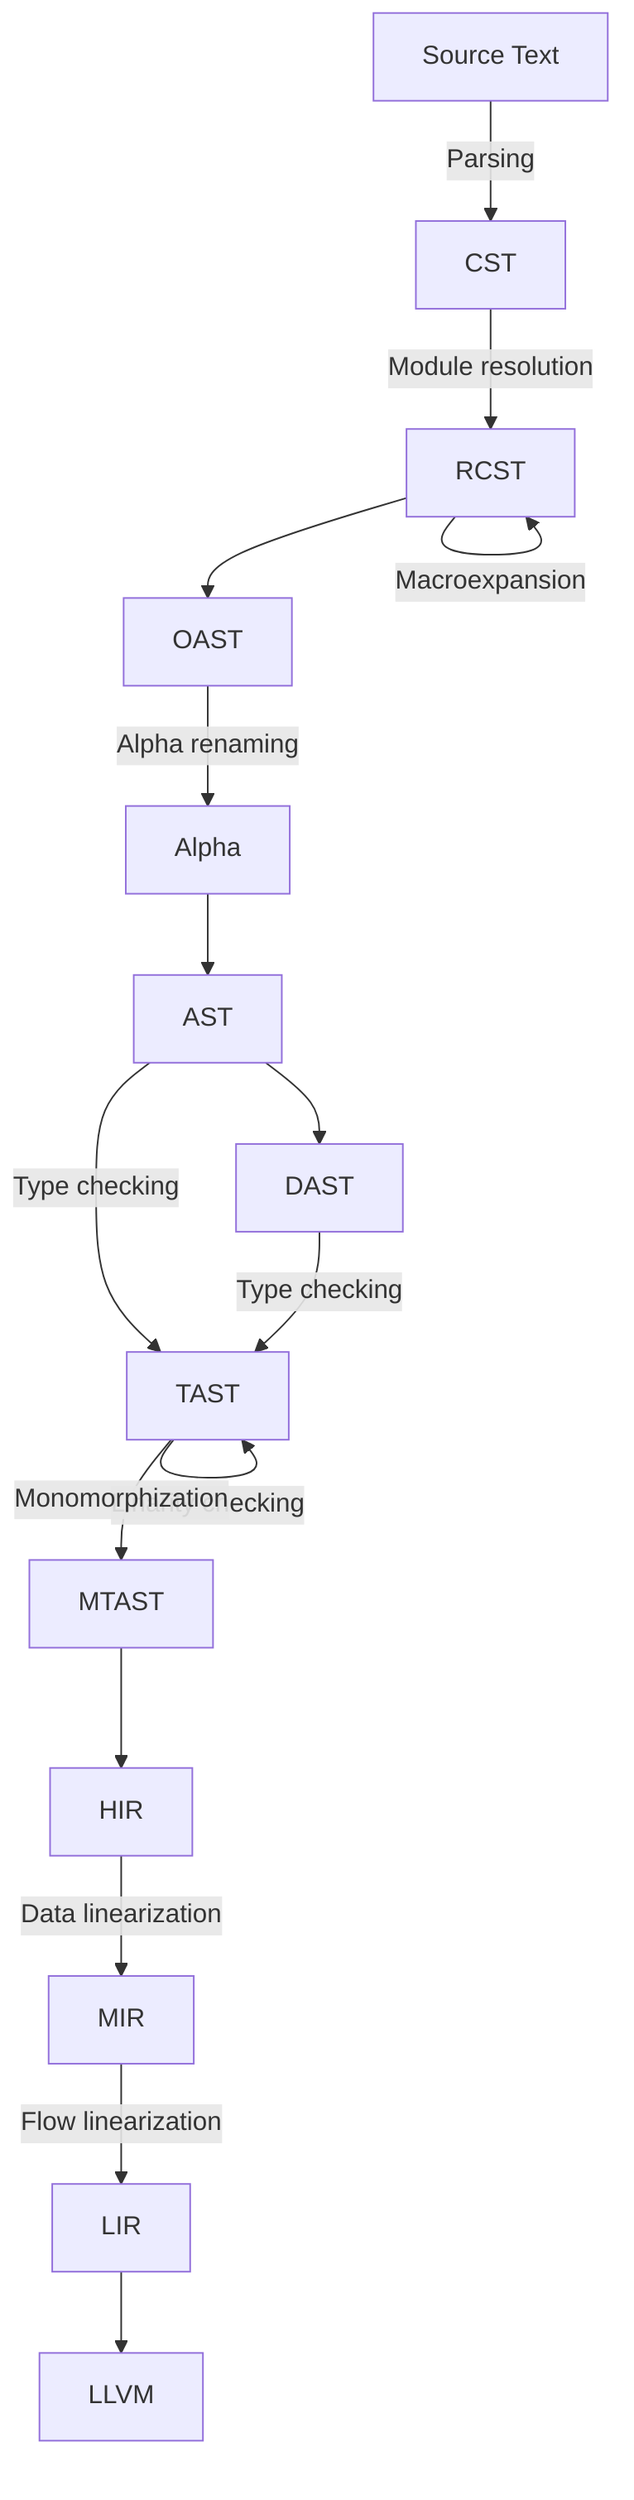
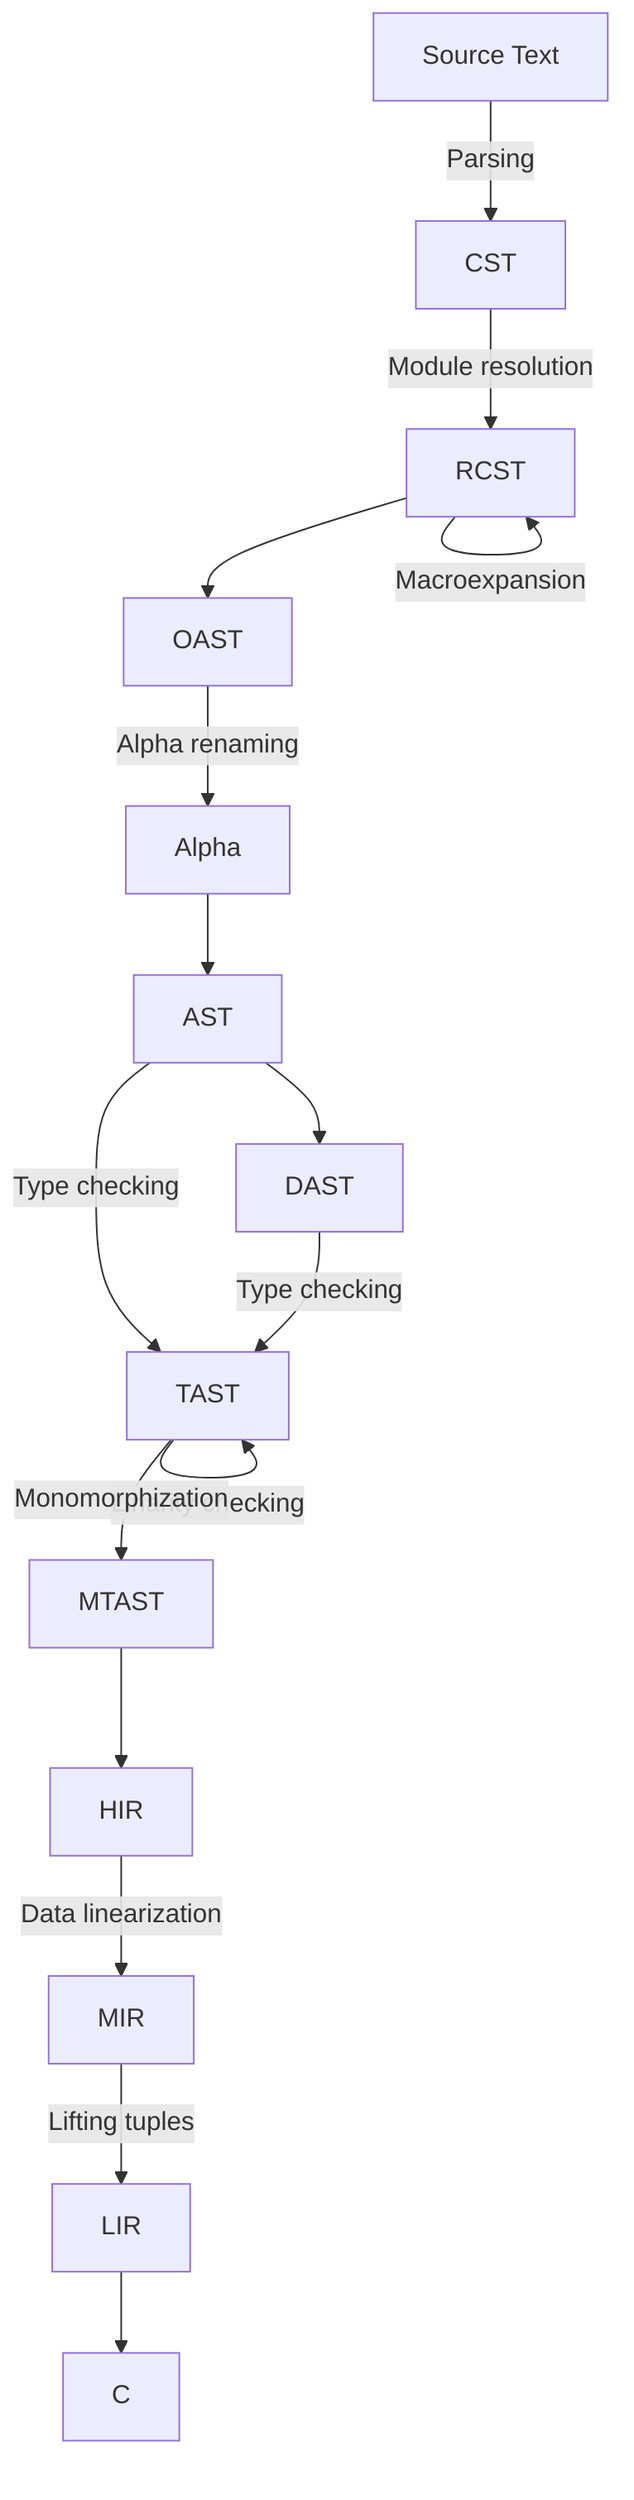
graph TB
    Text[Source Text] -->|Parsing| CST
    CST --> |Module resolution|RCST
    RCST --> OAST
    RCST --> |Macroexpansion|RCST
    OAST --> |Alpha renaming|Alpha
    Alpha --> AST
    AST --> DAST
    AST --> |Type checking|TAST
    DAST --> |Type checking|TAST
    TAST --> |Linarity checking|TAST
    TAST --> |Monomorphization|MTAST
    MTAST --> HIR
    HIR --> |Data linearization|MIR
-     MIR --> |Flow linearization|LIR
-     LIR --> LLVM
+     MIR --> |Lifting tuples|LIR
+     LIR --> C
